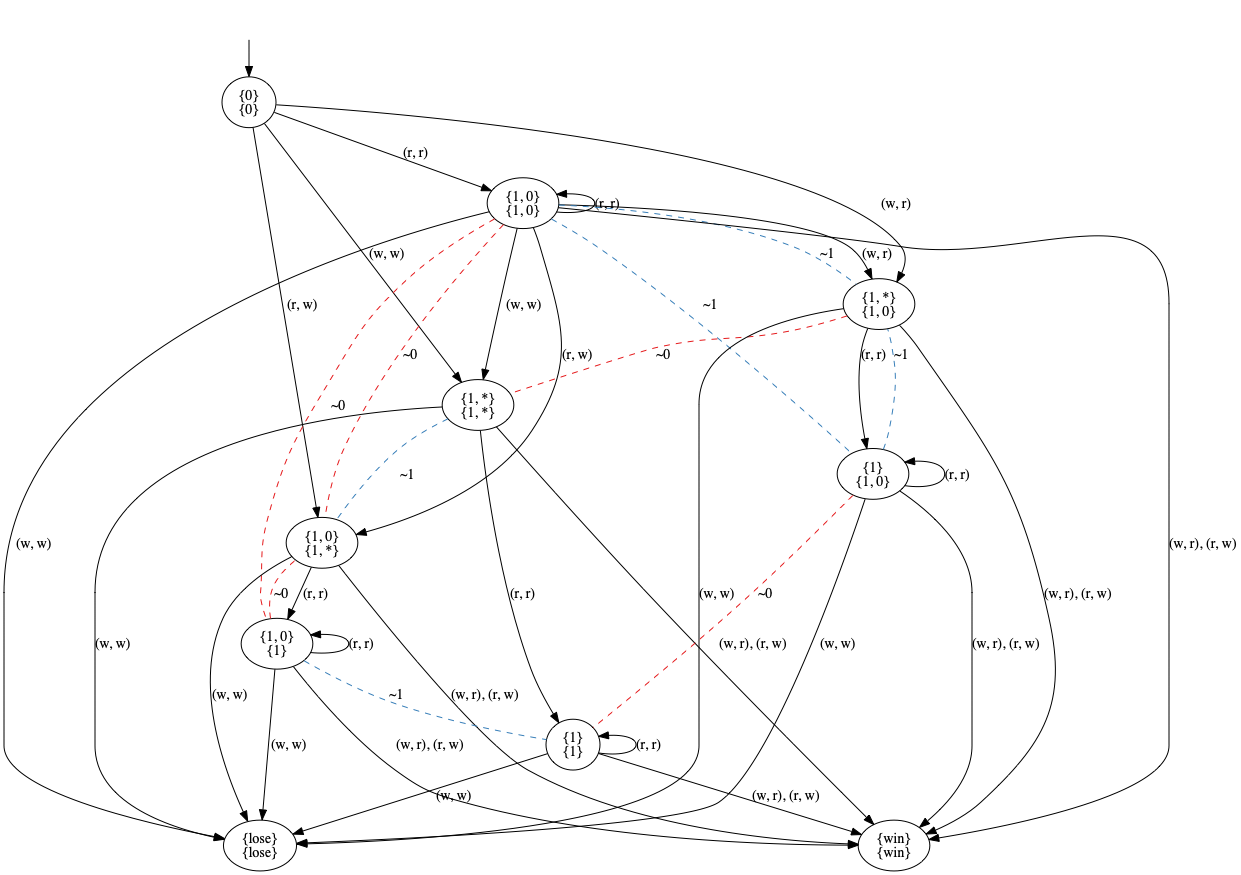
olandr/mkbsc keeps this Graphviz diagram as pictures/GK.png. Above is the earlier version. Its source is kept beside it as pictures/GK.dot.
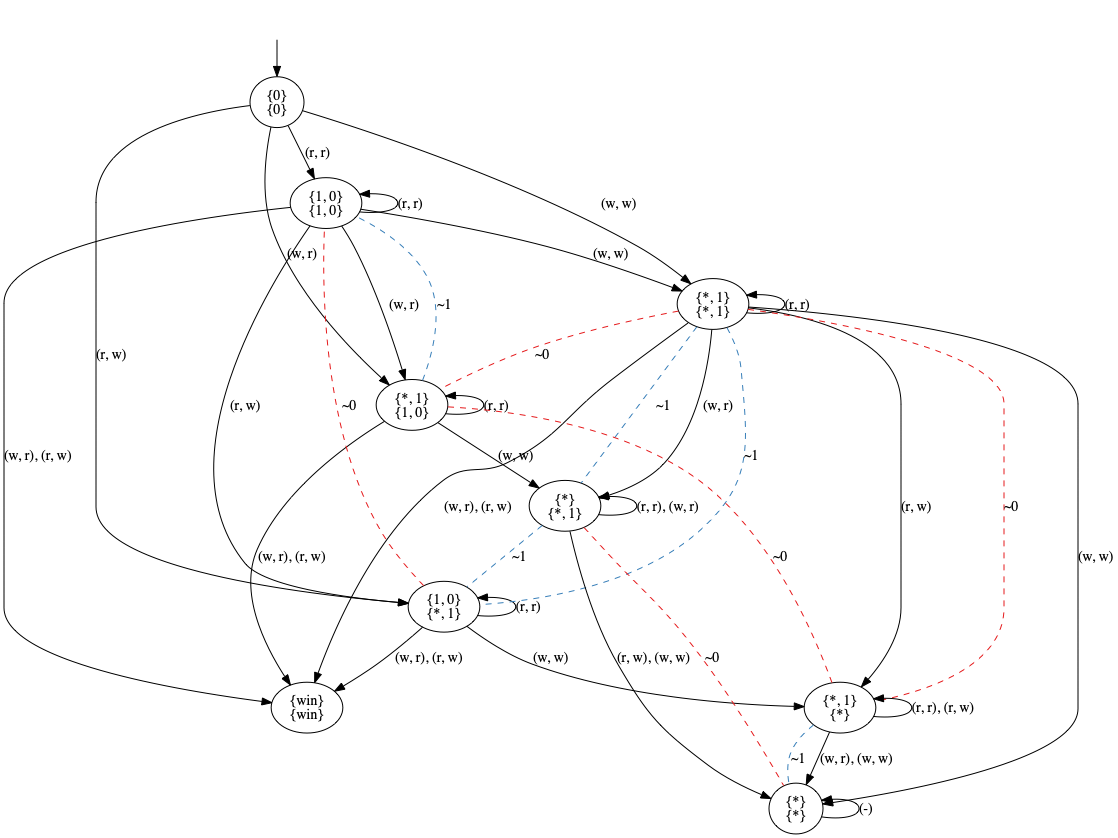
Later version of the same file.

The edit, as a diff of the source:
```diff
@@ -3,54 +3,50 @@
 nodesep=0.5;
 ranksep=0.5;
 splines=True;
-4531740120 [label="{0}\n{0}"];
-4531740176 [label="{1, 0}\n{1, 0}"];
-4531740568 [label="{1, *}\n{1, 0}"];
-4531740512 [label="{1, 0}\n{1, *}"];
-4531740344 [label="{1, *}\n{1, *}"];
-4531672288 [label="{win}\n{win}"];
-4531672568 [label="{lose}\n{lose}"];
-4531672736 [label="{1}\n{1, 0}"];
-4531673016 [label="{1, 0}\n{1}"];
-4531673296 [label="{1}\n{1}"];
+4656099000 [label="{0}\n{0}"];
+4656099056 [label="{1, 0}\n{1, 0}"];
+4656098160 [label="{*, 1}\n{1, 0}"];
+4656099280 [label="{1, 0}\n{*, 1}"];
+4656098440 [label="{*, 1}\n{*, 1}"];
+4656098104 [label="{win}\n{win}"];
+4656030160 [label="{*}\n{*, 1}"];
+4656030440 [label="{*, 1}\n{*}"];
+4656030832 [label="{*}\n{*}"];
 hidden [label="", shape=none];
-4531740120 -> 4531740176  [action="('r', 'r')", key="('r', 'r')", label="(r, r)"];
-4531740120 -> 4531740568  [action="('w', 'r')", key="('w', 'r')", label="(w, r)"];
-4531740120 -> 4531740512  [action="('r', 'w')", key="('r', 'w')", label="(r, w)"];
-4531740120 -> 4531740344  [action="('w', 'w')", key="('w', 'w')", label="(w, w)"];
-4531740176 -> 4531740176  [action="('r', 'r')", dir=back, key="('r', 'r')", label="(r, r)"];
-4531740176 -> 4531740568  [action="('w', 'r')", key="('w', 'r')", label="(w, r)"];
-4531740176 -> 4531740568  [arrowhead=none, color=2, colorscheme=set19, constraint=True, key=1, label="~1", style=dashed];
-4531740176 -> 4531740512  [action="('r', 'w')", key="('r', 'w')", label="(r, w)"];
-4531740176 -> 4531740512  [arrowhead=none, color=1, colorscheme=set19, constraint=True, key=1, label="~0", style=dashed];
-4531740176 -> 4531672568  [action="('w', 'w')", key="('w', 'w')", label="(w, w)"];
-4531740176 -> 4531740344  [action="('w', 'w')", key="('w', 'w')", label="(w, w)"];
-4531740176 -> 4531672288  [action="(('w', 'r'), ('r', 'w'))", key="(('w', 'r'), ('r', 'w'))", label="(w, r), (r, w)"];
-4531740176 -> 4531673016  [arrowhead=none, color=1, colorscheme=set19, constraint=True, key=0, label="~0", style=dashed];
-4531740176 -> 4531672736  [arrowhead=none, color=2, colorscheme=set19, constraint=True, key=0, label="~1", style=dashed];
-4531740568 -> 4531672736  [action="('r', 'r')", key="('r', 'r')", label="(r, r)"];
-4531740568 -> 4531672568  [action="('w', 'w')", key="('w', 'w')", label="(w, w)"];
-4531740568 -> 4531672288  [action="(('w', 'r'), ('r', 'w'))", key="(('w', 'r'), ('r', 'w'))", label="(w, r), (r, w)"];
-4531740568 -> 4531740344  [arrowhead=none, color=1, colorscheme=set19, constraint=True, key=0, label="~0", style=dashed];
-4531740512 -> 4531673016  [action="('r', 'r')", key="('r', 'r')", label="(r, r)"];
-4531740512 -> 4531672568  [action="('w', 'w')", key="('w', 'w')", label="(w, w)"];
-4531740512 -> 4531672288  [action="(('w', 'r'), ('r', 'w'))", key="(('w', 'r'), ('r', 'w'))", label="(w, r), (r, w)"];
-4531740344 -> 4531673296  [action="('r', 'r')", key="('r', 'r')", label="(r, r)"];
-4531740344 -> 4531672568  [action="('w', 'w')", key="('w', 'w')", label="(w, w)"];
-4531740344 -> 4531672288  [action="(('w', 'r'), ('r', 'w'))", key="(('w', 'r'), ('r', 'w'))", label="(w, r), (r, w)"];
-4531740344 -> 4531740512  [arrowhead=none, color=2, colorscheme=set19, constraint=True, key=0, label="~1", style=dashed];
-4531672736 -> 4531672736  [action="('r', 'r')", dir=back, key="('r', 'r')", label="(r, r)"];
-4531672736 -> 4531672568  [action="('w', 'w')", key="('w', 'w')", label="(w, w)"];
-4531672736 -> 4531672288  [action="(('w', 'r'), ('r', 'w'))", key="(('w', 'r'), ('r', 'w'))", label="(w, r), (r, w)"];
-4531672736 -> 4531673296  [arrowhead=none, color=1, colorscheme=set19, constraint=True, key=0, label="~0", style=dashed];
-4531672736 -> 4531740568  [arrowhead=none, color=2, colorscheme=set19, constraint=True, key=0, label="~1", style=dashed];
-4531673016 -> 4531673016  [action="('r', 'r')", dir=back, key="('r', 'r')", label="(r, r)"];
-4531673016 -> 4531672568  [action="('w', 'w')", key="('w', 'w')", label="(w, w)"];
-4531673016 -> 4531672288  [action="(('w', 'r'), ('r', 'w'))", key="(('w', 'r'), ('r', 'w'))", label="(w, r), (r, w)"];
-4531673016 -> 4531740512  [arrowhead=none, color=1, colorscheme=set19, constraint=True, key=0, label="~0", style=dashed];
-4531673016 -> 4531673296  [arrowhead=none, color=2, colorscheme=set19, constraint=True, key=0, label="~1", style=dashed];
-4531673296 -> 4531673296  [action="('r', 'r')", dir=back, key="('r', 'r')", label="(r, r)"];
-4531673296 -> 4531672568  [action="('w', 'w')", key="('w', 'w')", label="(w, w)"];
-4531673296 -> 4531672288  [action="(('w', 'r'), ('r', 'w'))", key="(('w', 'r'), ('r', 'w'))", label="(w, r), (r, w)"];
-hidden -> 4531740120  [key=0];
+4656099000 -> 4656099056  [action="('r', 'r')", key="('r', 'r')", label="(r, r)"];
+4656099000 -> 4656098160  [action="('w', 'r')", key="('w', 'r')", label="(w, r)"];
+4656099000 -> 4656099280  [action="('r', 'w')", key="('r', 'w')", label="(r, w)"];
+4656099000 -> 4656098440  [action="('w', 'w')", key="('w', 'w')", label="(w, w)"];
+4656099056 -> 4656099056  [action="('r', 'r')", dir=back, key="('r', 'r')", label="(r, r)"];
+4656099056 -> 4656098160  [action="('w', 'r')", key="('w', 'r')", label="(w, r)"];
+4656099056 -> 4656099280  [action="('r', 'w')", key="('r', 'w')", label="(r, w)"];
+4656099056 -> 4656098440  [action="('w', 'w')", key="('w', 'w')", label="(w, w)"];
+4656099056 -> 4656098104  [action="(('w', 'r'), ('r', 'w'))", key="(('w', 'r'), ('r', 'w'))", label="(w, r), (r, w)"];
+4656098160 -> 4656098160  [action="('r', 'r')", dir=back, key="('r', 'r')", label="(r, r)"];
+4656098160 -> 4656030160  [action="('w', 'w')", key="('w', 'w')", label="(w, w)"];
+4656098160 -> 4656098104  [action="(('w', 'r'), ('r', 'w'))", key="(('w', 'r'), ('r', 'w'))", label="(w, r), (r, w)"];
+4656098160 -> 4656099056  [arrowhead=none, color=2, colorscheme=set19, constraint=True, key=0, label="~1", style=dashed];
+4656099280 -> 4656099280  [action="('r', 'r')", dir=back, key="('r', 'r')", label="(r, r)"];
+4656099280 -> 4656030440  [action="('w', 'w')", key="('w', 'w')", label="(w, w)"];
+4656099280 -> 4656098104  [action="(('w', 'r'), ('r', 'w'))", key="(('w', 'r'), ('r', 'w'))", label="(w, r), (r, w)"];
+4656099280 -> 4656099056  [arrowhead=none, color=1, colorscheme=set19, constraint=True, key=0, label="~0", style=dashed];
+4656098440 -> 4656098440  [action="('r', 'r')", dir=back, key="('r', 'r')", label="(r, r)"];
+4656098440 -> 4656030160  [action="('w', 'r')", key="('w', 'r')", label="(w, r)"];
+4656098440 -> 4656030160  [arrowhead=none, color=2, colorscheme=set19, constraint=True, key=1, label="~1", style=dashed];
+4656098440 -> 4656030440  [action="('r', 'w')", key="('r', 'w')", label="(r, w)"];
+4656098440 -> 4656030440  [arrowhead=none, color=1, colorscheme=set19, constraint=True, key=1, label="~0", style=dashed];
+4656098440 -> 4656030832  [action="('w', 'w')", key="('w', 'w')", label="(w, w)"];
+4656098440 -> 4656098104  [action="(('w', 'r'), ('r', 'w'))", key="(('w', 'r'), ('r', 'w'))", label="(w, r), (r, w)"];
+4656098440 -> 4656098160  [arrowhead=none, color=1, colorscheme=set19, constraint=True, key=0, label="~0", style=dashed];
+4656098440 -> 4656099280  [arrowhead=none, color=2, colorscheme=set19, constraint=True, key=0, label="~1", style=dashed];
+4656030160 -> 4656030160  [action="(('r', 'r'), ('w', 'r'))", dir=back, key="(('r', 'r'), ('w', 'r'))", label="(r, r), (w, r)"];
+4656030160 -> 4656030832  [action="(('r', 'w'), ('w', 'w'))", key="(('r', 'w'), ('w', 'w'))", label="(r, w), (w, w)"];
+4656030160 -> 4656030832  [arrowhead=none, color=1, colorscheme=set19, constraint=True, key=1, label="~0", style=dashed];
+4656030160 -> 4656099280  [arrowhead=none, color=2, colorscheme=set19, constraint=True, key=0, label="~1", style=dashed];
+4656030440 -> 4656030440  [action="(('r', 'r'), ('r', 'w'))", dir=back, key="(('r', 'r'), ('r', 'w'))", label="(r, r), (r, w)"];
+4656030440 -> 4656030832  [action="(('w', 'r'), ('w', 'w'))", key="(('w', 'r'), ('w', 'w'))", label="(w, r), (w, w)"];
+4656030440 -> 4656030832  [arrowhead=none, color=2, colorscheme=set19, constraint=True, key=1, label="~1", style=dashed];
+4656030440 -> 4656098160  [arrowhead=none, color=1, colorscheme=set19, constraint=True, key=0, label="~0", style=dashed];
+4656030832 -> 4656030832  [action="(('r', 'r'), ('w', 'r'), ('r', 'w'), ('w', 'w'))", dir=back, key="(('r', 'r'), ('w', 'r'), ('r', 'w'), ('w', 'w'))", label="(-)"];
+hidden -> 4656099000  [key=0];
 }
```
